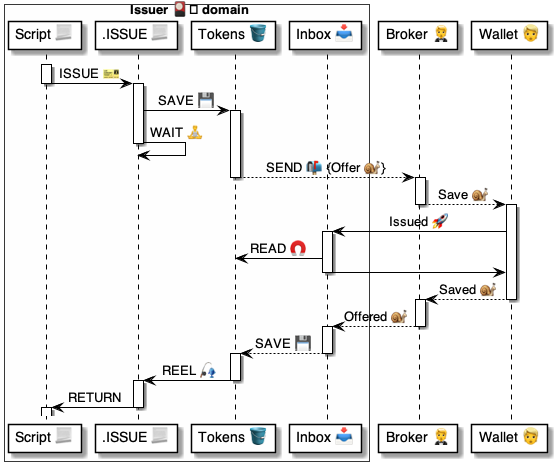
Earlier version of the PlantUML export 4 ⚙️ Solution/37 Scripts 📃/📃 Commands ⌘/⌘ for methods 🤵/ISSUE 🎫/🎫 ISSUE ⚙️ uml.png (pollyweb-org/pollyweb-docs). Its source is kept beside it as 4 ⚙️ Solution/37 Scripts 📃/📃 Commands ⌘/⌘ for methods 🤵/ISSUE 🎫/🎫 ISSUE ⚙️ uml.puml.
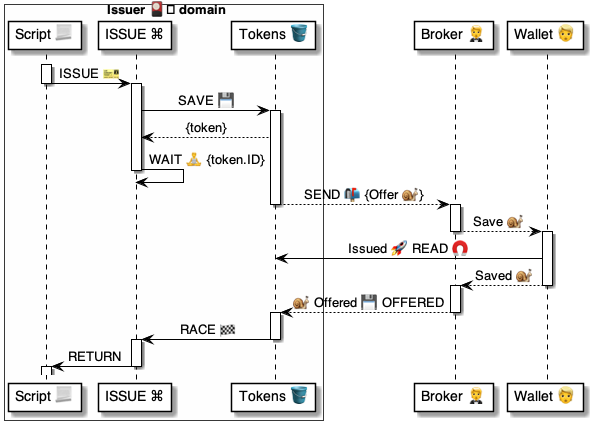
After the change.

Diff of the diagram source:
```diff
@@ -3,9 +3,8 @@
 
 box Issuer 🎴️ domain #FFFFFA
     participant "Script 📃" as script
-    participant ".ISSUE 📃" as talker
+    participant "ISSUE ⌘" as talker
     participant "Tokens 🪣" as hooks
-    participant "Inbox 📥" as issuer
 end box
 
 participant "Broker 🤵" as broker
@@ -18,7 +17,8 @@
 activate talker
     talker -> hooks: SAVE 💾
 activate hooks
-    talker -> talker: WAIT 🧘
+    hooks --> talker: {token}
+    talker -> talker: WAIT 🧘 {token.ID}
 deactivate talker
 
     hooks --> broker: SEND 📬 {Offer 🐌}
@@ -29,26 +29,16 @@
 deactivate broker
 
 activate wallet
-    wallet -> issuer: Issued 🚀
-
-    activate issuer
-        issuer -> hooks: READ 🧲
-        issuer -> wallet:
-    deactivate issuer
-
+    wallet -> hooks: Issued 🚀 READ 🧲
     wallet --> broker: Saved 🐌
 deactivate wallet
 
 activate broker
-    broker --> issuer: Offered 🐌
+    broker --> hooks: 🐌 Offered 💾 OFFERED
 deactivate broker
 
-activate issuer
-    issuer --> hooks: SAVE 💾
-deactivate issuer
-
 activate hooks
-    hooks -> talker: REEL 🎣
+    hooks -> talker: RACE 🏁
 deactivate hooks
 
 activate talker
```
